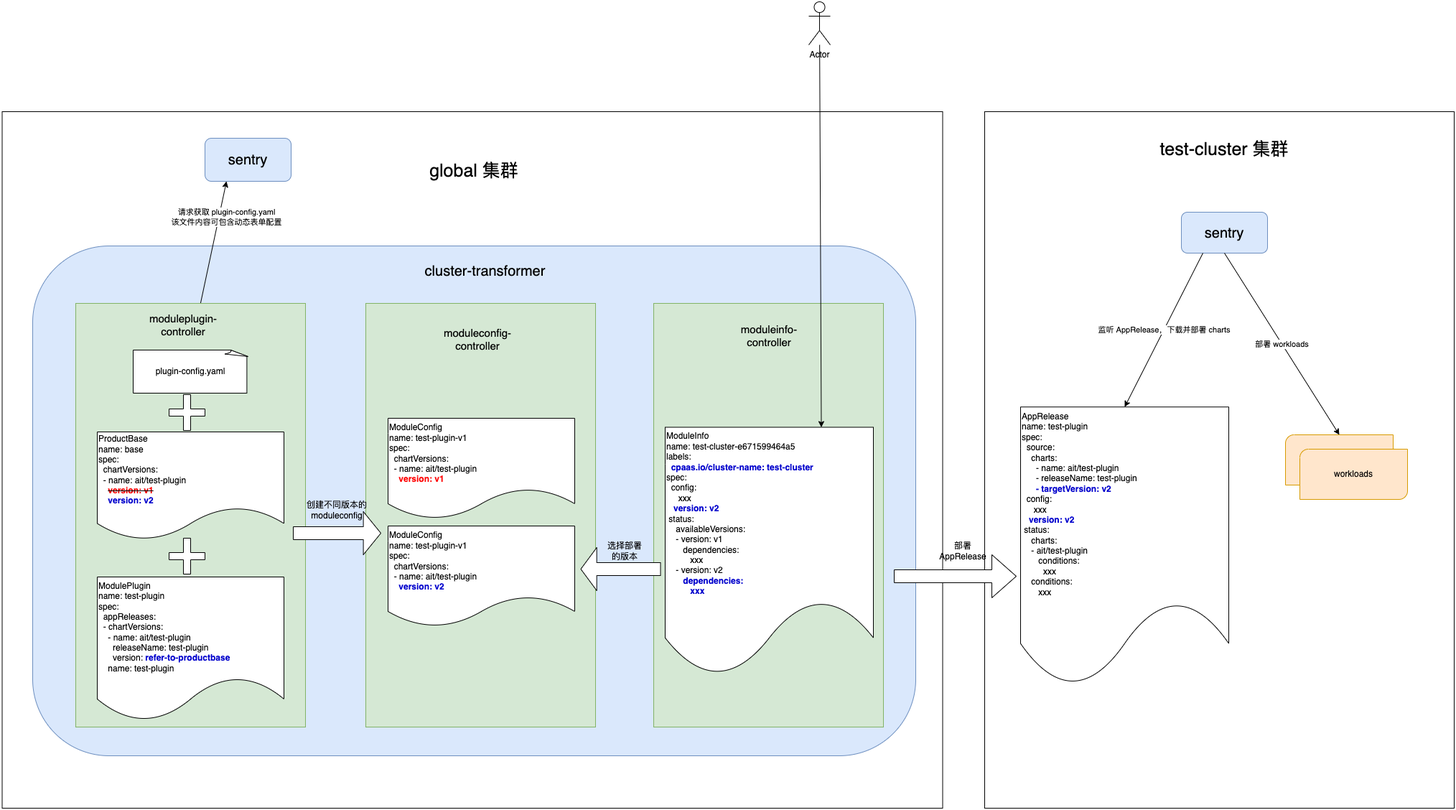
This is images/how_plugin_works.png from alauda/cluster-plugin, a draw.io export, as it was before one commit. Source tidied: cells renumbered, new cells last; positions are measured from the earlier drawing's top-left corner, leaving out a move shared by most shapes.
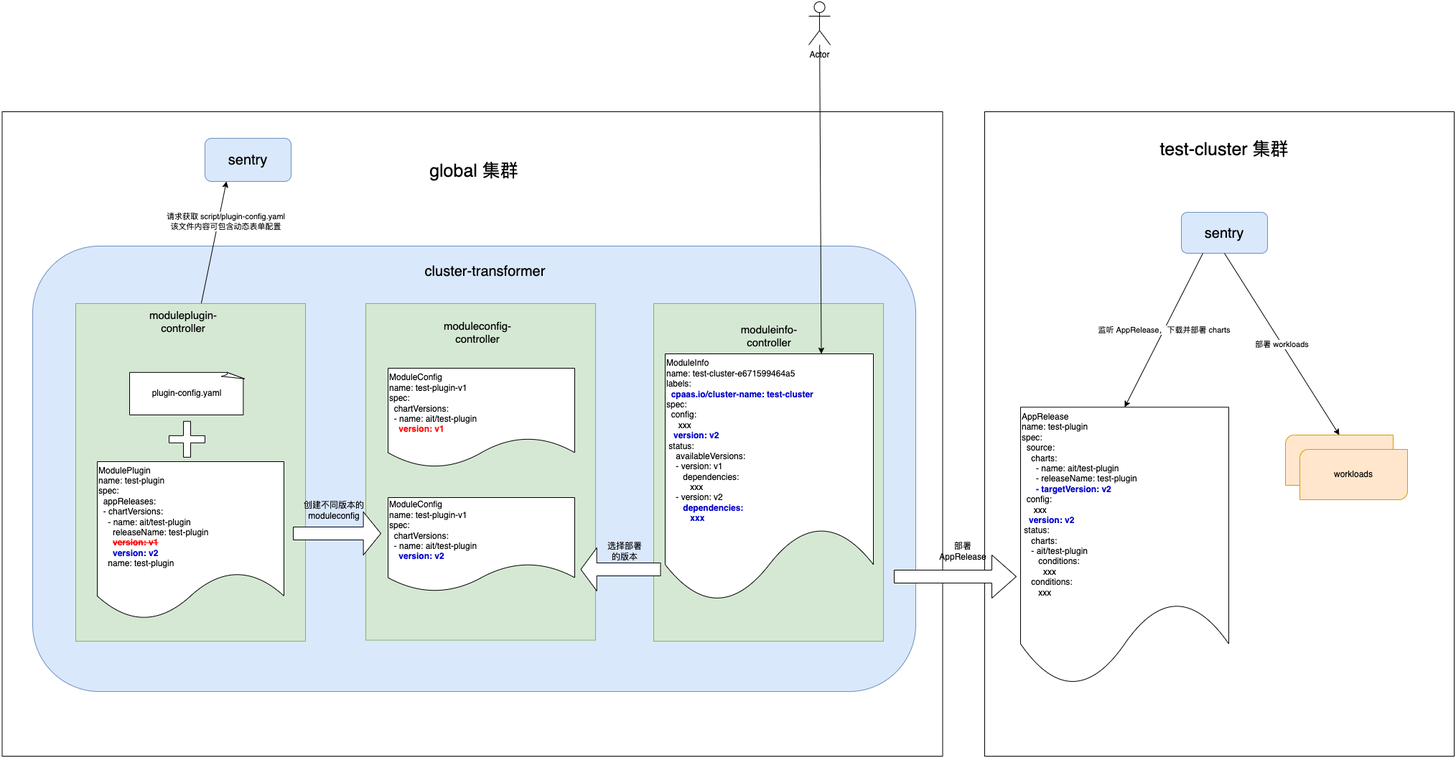
After the commit.

What changed in the source:
```diff
@@ -3,19 +3,19 @@
     <mxCell id="0" />
     <mxCell id="1" parent="0" />
     <mxCell id="2" style="rounded=0;whiteSpace=wrap;html=1;" parent="1" vertex="1">
-      <mxGeometry x="-0.5" y="153" width="1310" height="970" as="geometry" />
+      <mxGeometry x="-0.5" y="153" width="1310" height="897" as="geometry" />
     </mxCell>
     <mxCell id="3" style="rounded=1;whiteSpace=wrap;html=1;glass=0;fillColor=#dae8fc;strokeColor=#6c8ebf;" parent="1" vertex="1">
-      <mxGeometry x="42" y="340" width="1230" height="710" as="geometry" />
+      <mxGeometry x="42" y="340" width="1230" height="620" as="geometry" />
     </mxCell>
     <mxCell id="4" style="rounded=0;whiteSpace=wrap;html=1;fontColor=#0000CC;strokeColor=#000000;" parent="1" vertex="1">
-      <mxGeometry x="1368" y="153" width="654" height="970" as="geometry" />
+      <mxGeometry x="1368" y="153" width="654" height="897" as="geometry" />
     </mxCell>
     <mxCell id="5" style="rounded=0;whiteSpace=wrap;html=1;fillColor=#d5e8d4;strokeColor=#82b366;" parent="1" vertex="1">
-      <mxGeometry x="907" y="420" width="320" height="590" as="geometry" />
+      <mxGeometry x="907" y="420" width="320" height="470" as="geometry" />
     </mxCell>
     <mxCell id="6" value="ModuleInfo&lt;br&gt;name: test-cluster-e671599464a5&lt;br&gt;labels:&lt;br&gt;&amp;nbsp;&amp;nbsp;&lt;b&gt;&lt;font color=&quot;#0000cc&quot;&gt;cpaas.io/cluster-name: test-cluster&lt;/font&gt;&lt;/b&gt;&lt;br&gt;spec:&lt;br&gt;&amp;nbsp; &lt;span style=&quot;background-color: initial;&quot;&gt;config:&lt;br&gt;&amp;nbsp; &amp;nbsp; &amp;nbsp;xxx&lt;br&gt;&amp;nbsp; &amp;nbsp;&lt;font color=&quot;#0000cc&quot;&gt;&lt;b&gt;version: v2&lt;/b&gt;&lt;/font&gt;&lt;br&gt;&lt;/span&gt;&lt;div&gt;&amp;nbsp;status:&lt;/div&gt;&lt;div&gt;&amp;nbsp; &amp;nbsp; availableVersions:&lt;/div&gt;&lt;div&gt;&amp;nbsp; &amp;nbsp; - version: v1&lt;/div&gt;&lt;div&gt;&amp;nbsp; &amp;nbsp; &amp;nbsp; &amp;nbsp;dependencies:&lt;/div&gt;&lt;div&gt;&amp;nbsp; &amp;nbsp; &amp;nbsp; &amp;nbsp; &amp;nbsp; xxx&lt;/div&gt;&lt;div&gt;&amp;nbsp; &amp;nbsp; - version: v2&lt;/div&gt;&lt;div&gt;&amp;nbsp; &amp;nbsp; &amp;nbsp; &amp;nbsp;&lt;span style=&quot;background-color: initial;&quot;&gt;&lt;b&gt;&lt;font color=&quot;#0000cc&quot;&gt;dependencies:&lt;/font&gt;&lt;/b&gt;&lt;/span&gt;&lt;/div&gt;&lt;div&gt;&lt;b&gt;&lt;font color=&quot;#0000cc&quot;&gt;&amp;nbsp; &amp;nbsp; &amp;nbsp; &amp;nbsp; &amp;nbsp; xxx&lt;/font&gt;&lt;/b&gt;&lt;/div&gt;" style="shape=document;whiteSpace=wrap;html=1;boundedLbl=1;align=left;" parent="1" vertex="1">
-      <mxGeometry x="923" y="592.5" width="290" height="345" as="geometry" />
+      <mxGeometry x="923" y="490" width="290" height="345" as="geometry" />
     </mxCell>
     <mxCell id="7" value="&lt;font style=&quot;font-size: 20px;&quot; color=&quot;#000000&quot;&gt;sentry&lt;/font&gt;" style="rounded=1;whiteSpace=wrap;html=1;strokeColor=#6c8ebf;fillColor=#dae8fc;" parent="1" vertex="1">
       <mxGeometry x="282" y="190" width="120" height="60" as="geometry" />
@@ -47,7 +47,7 @@
     <mxCell id="16" value="&lt;font color=&quot;#000000&quot;&gt;部署 workloads&lt;/font&gt;" style="endArrow=classic;html=1;rounded=0;fontColor=#0000CC;exitX=0.5;exitY=1;exitDx=0;exitDy=0;entryX=0.5;entryY=0;entryDx=0;entryDy=0;entryPerimeter=0;" parent="1" edge="1" source="14" target="42">
       <mxGeometry relative="1" as="geometry" />
     </mxCell>
-    <mxCell id="17" value="请求获取 plugin-config.yaml&lt;br&gt;该文件内容可包含动态表单配置" style="endArrow=classic;html=1;rounded=0;fontColor=#000000;entryX=0.25;entryY=1;entryDx=0;entryDy=0;exitX=0.5;exitY=0;exitDx=0;exitDy=0;exitPerimeter=0;" parent="1" edge="1" source="34" target="7">
+    <mxCell id="17" value="请求获取 script/plugin-config.yaml&lt;br&gt;该文件内容可包含动态表单配置" style="endArrow=classic;html=1;rounded=0;fontColor=#000000;entryX=0.25;entryY=1;entryDx=0;entryDy=0;exitX=0.5;exitY=0;exitDx=0;exitDy=0;exitPerimeter=0;" parent="1" edge="1" source="34" target="7">
       <mxGeometry x="0.59" y="-10" relative="1" as="geometry" />
     </mxCell>
     <mxCell id="18" value="moduleinfo-controller" style="text;html=1;strokeColor=none;fillColor=none;align=center;verticalAlign=middle;whiteSpace=wrap;rounded=0;fontSize=15;" parent="1" vertex="1">
@@ -60,59 +60,44 @@
       <mxGeometry relative="1" as="geometry" />
     </mxCell>
     <mxCell id="21" style="group;fontSize=15;" parent="1" vertex="1">
-      <mxGeometry x="506" y="420" width="320" height="680" as="geometry" />
+      <mxGeometry x="506" y="420" width="320" height="540" as="geometry" />
     </mxCell>
-    <mxCell id="22" style="group;" parent="21" vertex="1">
-      <mxGeometry width="320" height="680" as="geometry" />
-    </mxCell>
-    <mxCell id="23" style="rounded=0;whiteSpace=wrap;html=1;fillColor=#d5e8d4;strokeColor=#82b366;" parent="22" vertex="1">
-      <mxGeometry width="320" height="590" as="geometry" />
+    <mxCell id="23" style="rounded=0;whiteSpace=wrap;html=1;fillColor=#d5e8d4;strokeColor=#82b366;" parent="21" vertex="1">
+      <mxGeometry width="320" height="468.5" as="geometry" />
     </mxCell>
-    <mxCell id="24" value="ModuleConfig&lt;br&gt;name: test-plugin-v1&lt;br&gt;spec:&lt;br&gt;&amp;nbsp; &lt;span style=&quot;background-color: initial;&quot;&gt;chartVersions:&lt;/span&gt;&lt;div&gt;&amp;nbsp; - name: ait/test-plugin&lt;/div&gt;&lt;div&gt;&amp;nbsp; &amp;nbsp; &lt;b&gt;&lt;font color=&quot;#ff0000&quot;&gt;version: v1&lt;/font&gt;&lt;/b&gt;&lt;/div&gt;" style="shape=document;whiteSpace=wrap;html=1;boundedLbl=1;align=left;" parent="22" vertex="1">
-      <mxGeometry x="31" y="160" width="260" height="140" as="geometry" />
+    <mxCell id="24" value="ModuleConfig&lt;br&gt;name: test-plugin-v1&lt;br&gt;spec:&lt;br&gt;&amp;nbsp; &lt;span style=&quot;background-color: initial;&quot;&gt;chartVersions:&lt;/span&gt;&lt;div&gt;&amp;nbsp; - name: ait/test-plugin&lt;/div&gt;&lt;div&gt;&amp;nbsp; &amp;nbsp; &lt;b&gt;&lt;font color=&quot;#ff0000&quot;&gt;version: v1&lt;/font&gt;&lt;/b&gt;&lt;/div&gt;" style="shape=document;whiteSpace=wrap;html=1;boundedLbl=1;align=left;" parent="21" vertex="1">
+      <mxGeometry x="31" y="90" width="260" height="138.2" as="geometry" />
     </mxCell>
-    <mxCell id="25" value="ModuleConfig&lt;br&gt;name: test-plugin-v1&lt;br&gt;spec:&lt;br&gt;&amp;nbsp; &lt;span style=&quot;background-color: initial;&quot;&gt;chartVersions:&lt;/span&gt;&lt;div&gt;&amp;nbsp; - name: ait/test-plugin&lt;/div&gt;&lt;div&gt;&amp;nbsp; &amp;nbsp; &lt;font color=&quot;#0000cc&quot;&gt;&lt;b&gt;version: v2&lt;/b&gt;&lt;/font&gt;&lt;/div&gt;" style="shape=document;whiteSpace=wrap;html=1;boundedLbl=1;align=left;" parent="22" vertex="1">
-      <mxGeometry x="31" y="310" width="260" height="140" as="geometry" />
+    <mxCell id="25" value="ModuleConfig&lt;br&gt;name: test-plugin-v1&lt;br&gt;spec:&lt;br&gt;&amp;nbsp; &lt;span style=&quot;background-color: initial;&quot;&gt;chartVersions:&lt;/span&gt;&lt;div&gt;&amp;nbsp; - name: ait/test-plugin&lt;/div&gt;&lt;div&gt;&amp;nbsp; &amp;nbsp; &lt;font color=&quot;#0000cc&quot;&gt;&lt;b&gt;version: v2&lt;/b&gt;&lt;/font&gt;&lt;/div&gt;" style="shape=document;whiteSpace=wrap;html=1;boundedLbl=1;align=left;" parent="21" vertex="1">
+      <mxGeometry x="31" y="270" width="260" height="131.2" as="geometry" />
     </mxCell>
-    <mxCell id="26" value="moduleconfig-controller" style="text;html=1;strokeColor=none;fillColor=none;align=center;verticalAlign=middle;whiteSpace=wrap;rounded=0;fontSize=15;" parent="22" vertex="1">
-      <mxGeometry x="126" y="35" width="60" height="30" as="geometry" />
+    <mxCell id="26" value="moduleconfig-controller" style="text;html=1;strokeColor=none;fillColor=none;align=center;verticalAlign=middle;whiteSpace=wrap;rounded=0;fontSize=15;" parent="21" vertex="1">
+      <mxGeometry x="126" y="27.8" width="60" height="23.8" as="geometry" />
     </mxCell>
     <mxCell id="27" style="group;fontSize=15;" parent="1" vertex="1">
-      <mxGeometry x="102" y="420" width="320" height="645" as="geometry" />
+      <mxGeometry x="102" y="420" width="320" height="545" as="geometry" />
     </mxCell>
     <mxCell id="28" style="rounded=0;whiteSpace=wrap;html=1;fillColor=#d5e8d4;strokeColor=#82b366;" parent="27" vertex="1">
-      <mxGeometry width="320" height="590" as="geometry" />
+      <mxGeometry width="320" height="470" as="geometry" />
     </mxCell>
-    <mxCell id="29" style="group;" parent="27" vertex="1">
-      <mxGeometry x="30" y="65" width="260" height="580" as="geometry" />
-    </mxCell>
+    <mxCell id="36" value="moduleplugin-controller" style="text;html=1;strokeColor=none;fillColor=none;align=center;verticalAlign=middle;whiteSpace=wrap;rounded=0;fontSize=15;" parent="27" vertex="1">
+      <mxGeometry x="120" y="12.7" width="60" height="25.3" as="geometry" />
+    </mxCell>
-    <mxCell id="30" style="group;" parent="29" vertex="1">
-      <mxGeometry width="260" height="340" as="geometry" />
+    <mxCell id="30" style="group;" parent="27" vertex="1">
+      <mxGeometry x="30" y="54.9" width="260" height="287.3" as="geometry" />
     </mxCell>
     <mxCell id="31" style="shape=cross;whiteSpace=wrap;html=1;" parent="30" vertex="1">
-      <mxGeometry x="100" y="262" width="50" height="50" as="geometry" />
+      <mxGeometry x="100" y="109" width="50" height="50" as="geometry" />
     </mxCell>
-    <mxCell id="32" value="ProductBase&lt;br&gt;name: base&lt;br&gt;spec:&lt;br&gt;&amp;nbsp; &lt;span style=&quot;background-color: initial;&quot;&gt;chartVersions:&lt;/span&gt;&lt;div&gt;&amp;nbsp; - name: ait/test-plugin&lt;/div&gt;&lt;div&gt;&amp;nbsp; &amp;nbsp; &lt;strike&gt;&lt;font color=&quot;#ff0000&quot;&gt;&lt;b&gt;version: v1&lt;/b&gt;&lt;/font&gt;&lt;/strike&gt;&lt;/div&gt;&lt;div&gt;&lt;b&gt;&amp;nbsp; &amp;nbsp; &lt;font color=&quot;#0000cc&quot;&gt;version: v2&lt;/font&gt;&lt;/b&gt;&lt;/div&gt;" style="shape=document;whiteSpace=wrap;html=1;boundedLbl=1;align=left;" parent="30" vertex="1">
-      <mxGeometry y="114" width="260" height="150" as="geometry" />
-    </mxCell>
-    <mxCell id="33" style="shape=cross;whiteSpace=wrap;html=1;" parent="30" vertex="1">
-      <mxGeometry x="100" y="62" width="50" height="50" as="geometry" />
-    </mxCell>
     <mxCell id="34" value="plugin-config.yaml" style="whiteSpace=wrap;html=1;shape=mxgraph.basic.document;fontColor=#000000;strokeColor=#000000;" parent="30" vertex="1">
-      <mxGeometry x="50" width="160" height="60" as="geometry" />
+      <mxGeometry x="45" y="40.9" width="160" height="59.1" as="geometry" />
     </mxCell>
-    <mxCell id="35" value="ModulePlugin&lt;br&gt;name: test-plugin&lt;br&gt;spec:&lt;br&gt;&amp;nbsp; appReleases:&lt;br&gt;&amp;nbsp;&amp;nbsp;&lt;span style=&quot;background-color: initial;&quot;&gt;- chartVersions:&lt;/span&gt;&lt;div&gt;&amp;nbsp; &amp;nbsp; - name: ait/test-plugin&lt;/div&gt;&lt;div&gt;&amp;nbsp; &amp;nbsp; &amp;nbsp; releaseName: test-plugin&lt;/div&gt;&lt;div&gt;&amp;nbsp; &amp;nbsp; &amp;nbsp; version: &lt;font color=&quot;#0000cc&quot;&gt;&lt;b&gt;refer-to-productbase&lt;/b&gt;&lt;/font&gt;&lt;/div&gt;&lt;span style=&quot;background-color: initial;&quot;&gt;&amp;nbsp; &amp;nbsp; name: test-plugin&lt;/span&gt;&amp;nbsp;" style="shape=document;whiteSpace=wrap;html=1;boundedLbl=1;align=left;" parent="29" vertex="1">
-      <mxGeometry y="316" width="260" height="200" as="geometry" />
+    <mxCell id="35" value="ModulePlugin&lt;br&gt;name: test-plugin&lt;br&gt;spec:&lt;br&gt;&amp;nbsp; appReleases:&lt;br&gt;&amp;nbsp;&amp;nbsp;&lt;span style=&quot;background-color: initial;&quot;&gt;- chartVersions:&lt;/span&gt;&lt;div&gt;&amp;nbsp; &amp;nbsp; - name: ait/test-plugin&lt;/div&gt;&lt;div&gt;&amp;nbsp; &amp;nbsp; &amp;nbsp; releaseName: test-plugin&lt;/div&gt;&lt;div&gt;&amp;nbsp; &amp;nbsp; &amp;nbsp; &lt;font color=&quot;#ff0000&quot;&gt;&lt;b&gt;&lt;strike&gt;version: v1&lt;/strike&gt;&lt;/b&gt;&lt;/font&gt;&lt;/div&gt;&lt;div&gt;&lt;font color=&quot;#0000cc&quot;&gt;&lt;b&gt;&amp;nbsp; &amp;nbsp; &amp;nbsp; version: v2&lt;/b&gt;&lt;/font&gt;&lt;/div&gt;&lt;span style=&quot;background-color: initial;&quot;&gt;&amp;nbsp; &amp;nbsp; name: test-plugin&lt;/span&gt;&amp;nbsp;" style="shape=document;whiteSpace=wrap;html=1;boundedLbl=1;align=left;" parent="27" vertex="1">
+      <mxGeometry x="30" y="220" width="260" height="220" as="geometry" />
     </mxCell>
-    <mxCell id="36" value="moduleplugin-controller" style="text;html=1;strokeColor=none;fillColor=none;align=center;verticalAlign=middle;whiteSpace=wrap;rounded=0;fontSize=15;" parent="27" vertex="1">
-      <mxGeometry x="120" y="15" width="60" height="30" as="geometry" />
-    </mxCell>
     <mxCell id="37" style="shape=singleArrow;whiteSpace=wrap;html=1;fontColor=#0000CC;" parent="1" vertex="1">
       <mxGeometry x="405" y="710" width="122" height="60" as="geometry" />
     </mxCell>
-    <mxCell id="38" value="创建不同版本的 moduleconfig" style="text;html=1;strokeColor=none;fillColor=none;align=center;verticalAlign=middle;whiteSpace=wrap;rounded=0;fontColor=#000000;" parent="1" vertex="1">
-      <mxGeometry x="415" y="693" width="102" height="30" as="geometry" />
-    </mxCell>
     <mxCell id="39" style="shape=singleArrow;whiteSpace=wrap;html=1;fontColor=#0000CC;rotation=-180;" parent="1" vertex="1">
       <mxGeometry x="805.5" y="760" width="111" height="60" as="geometry" />
     </mxCell>
@@ -131,5 +116,8 @@
     <mxCell id="44" value="workloads" style="text;html=1;strokeColor=none;fillColor=none;align=center;verticalAlign=middle;whiteSpace=wrap;rounded=0;" parent="41" vertex="1">
       <mxGeometry x="65" y="40" width="60" height="30" as="geometry" />
     </mxCell>
+    <mxCell id="38" value="创建不同版本的 moduleconfig" style="text;html=1;strokeColor=none;fillColor=none;align=center;verticalAlign=middle;whiteSpace=wrap;rounded=0;fontColor=#000000;" parent="1" vertex="1">
+      <mxGeometry x="411" y="693" width="102" height="30" as="geometry" />
+    </mxCell>
   </root>
 </mxGraphModel>
```
